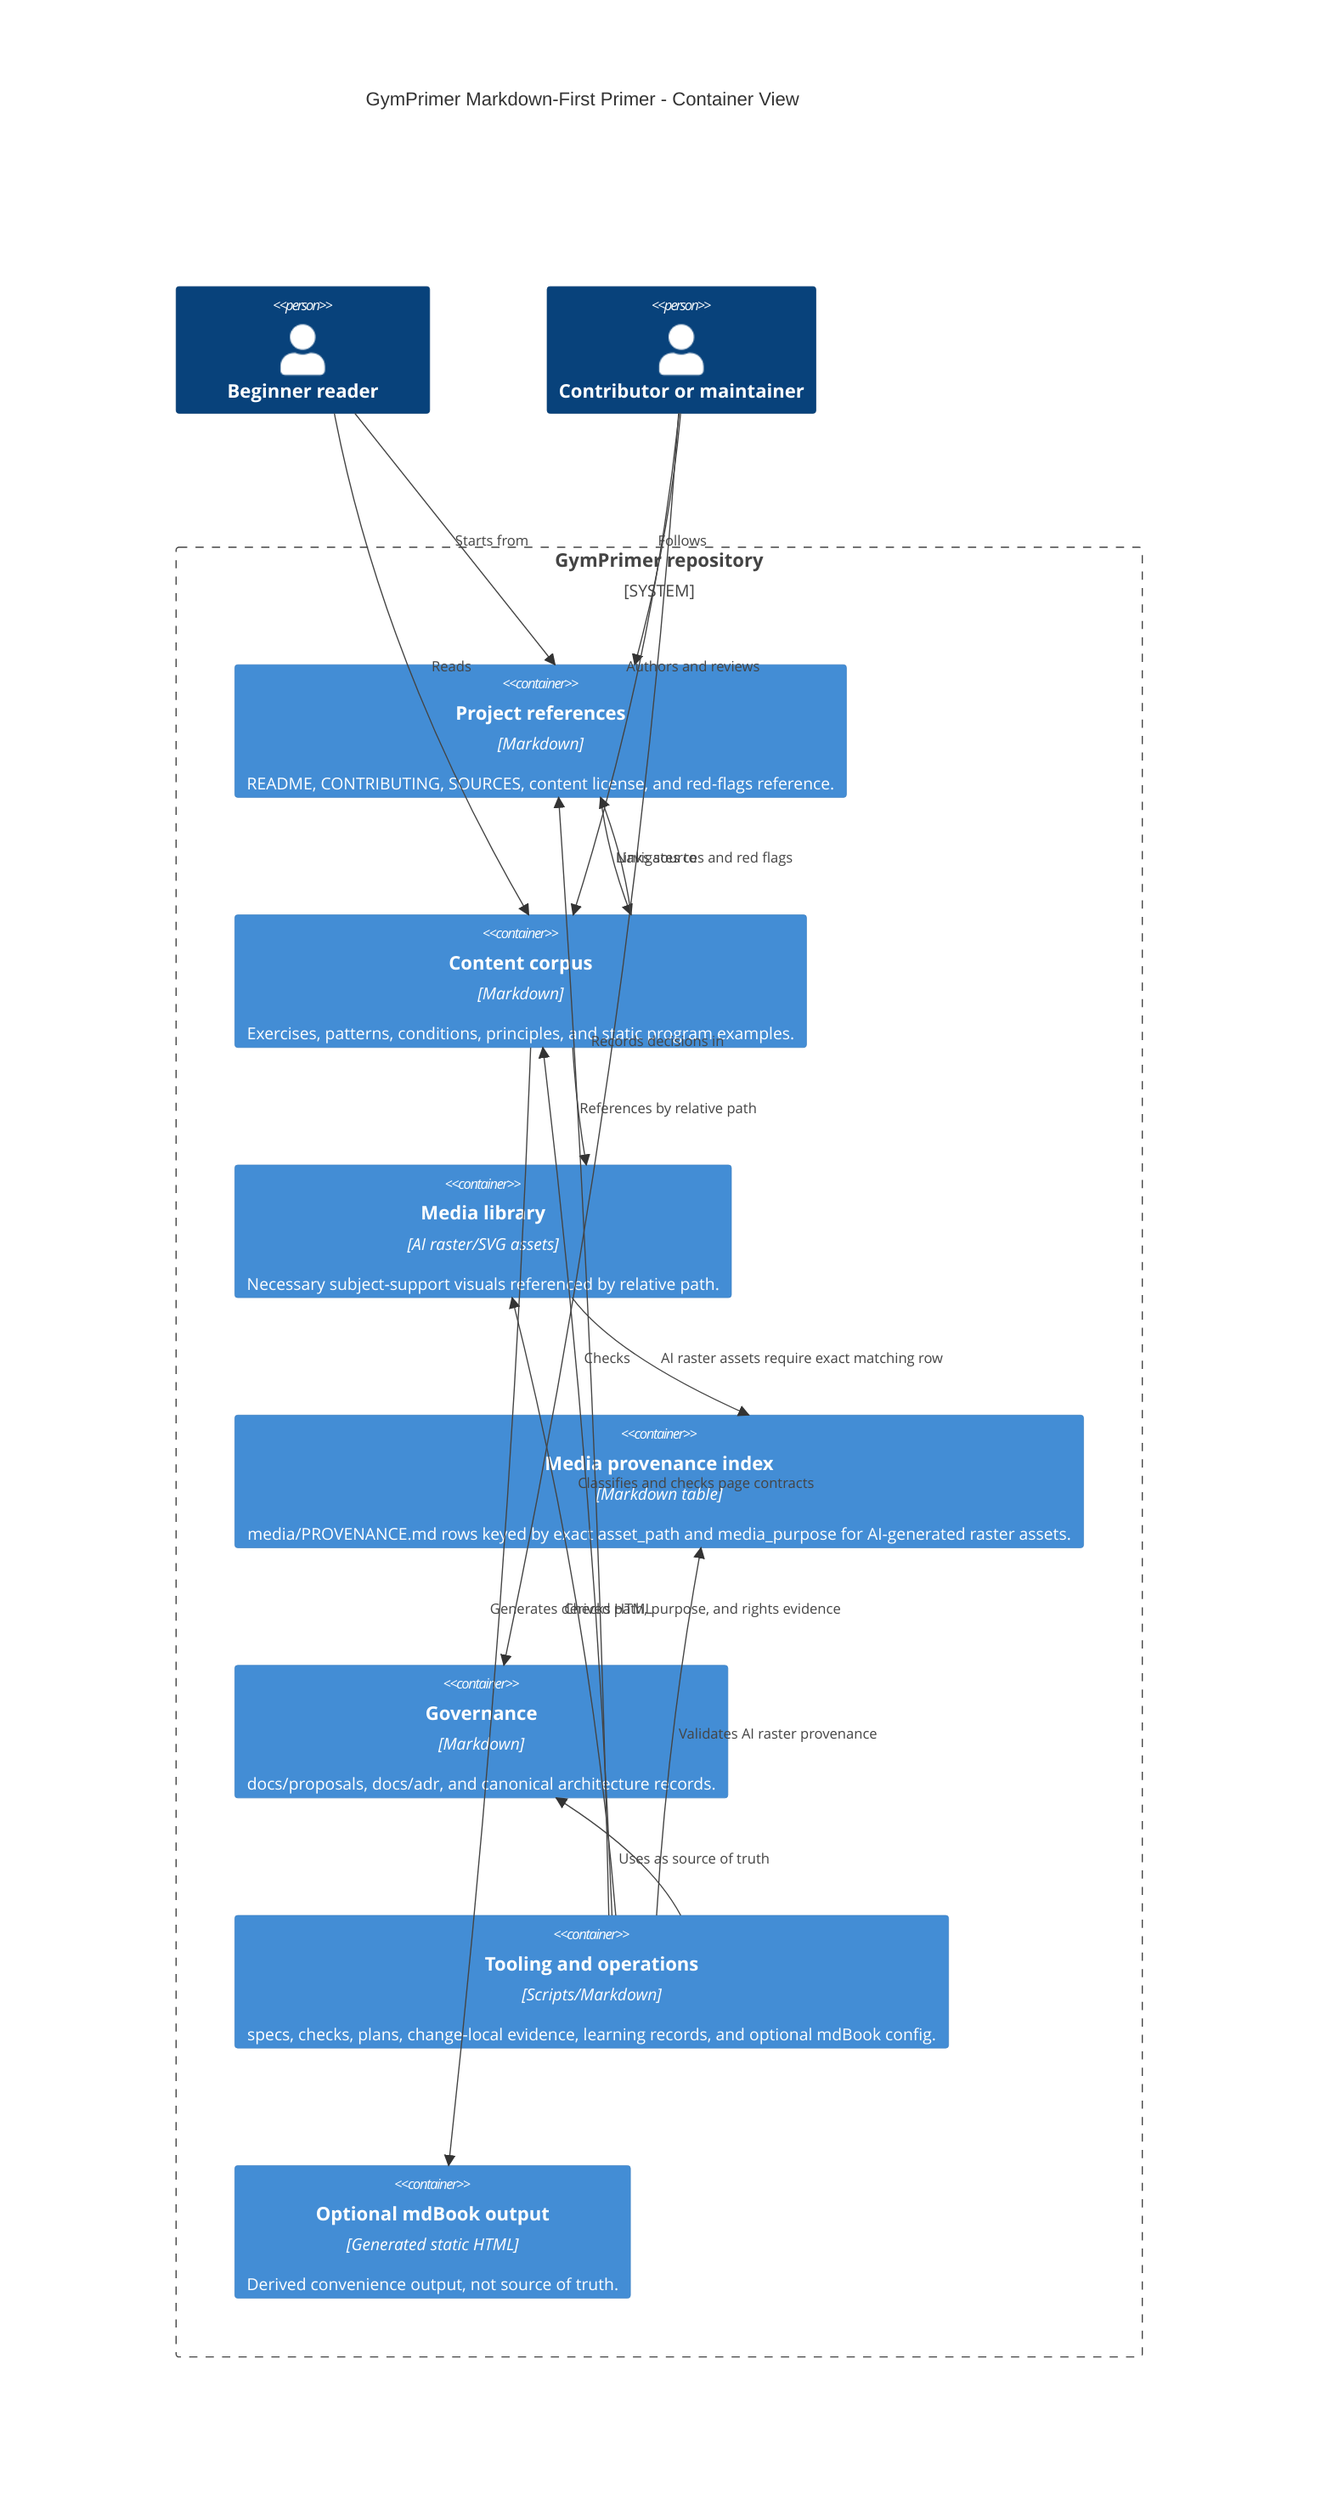
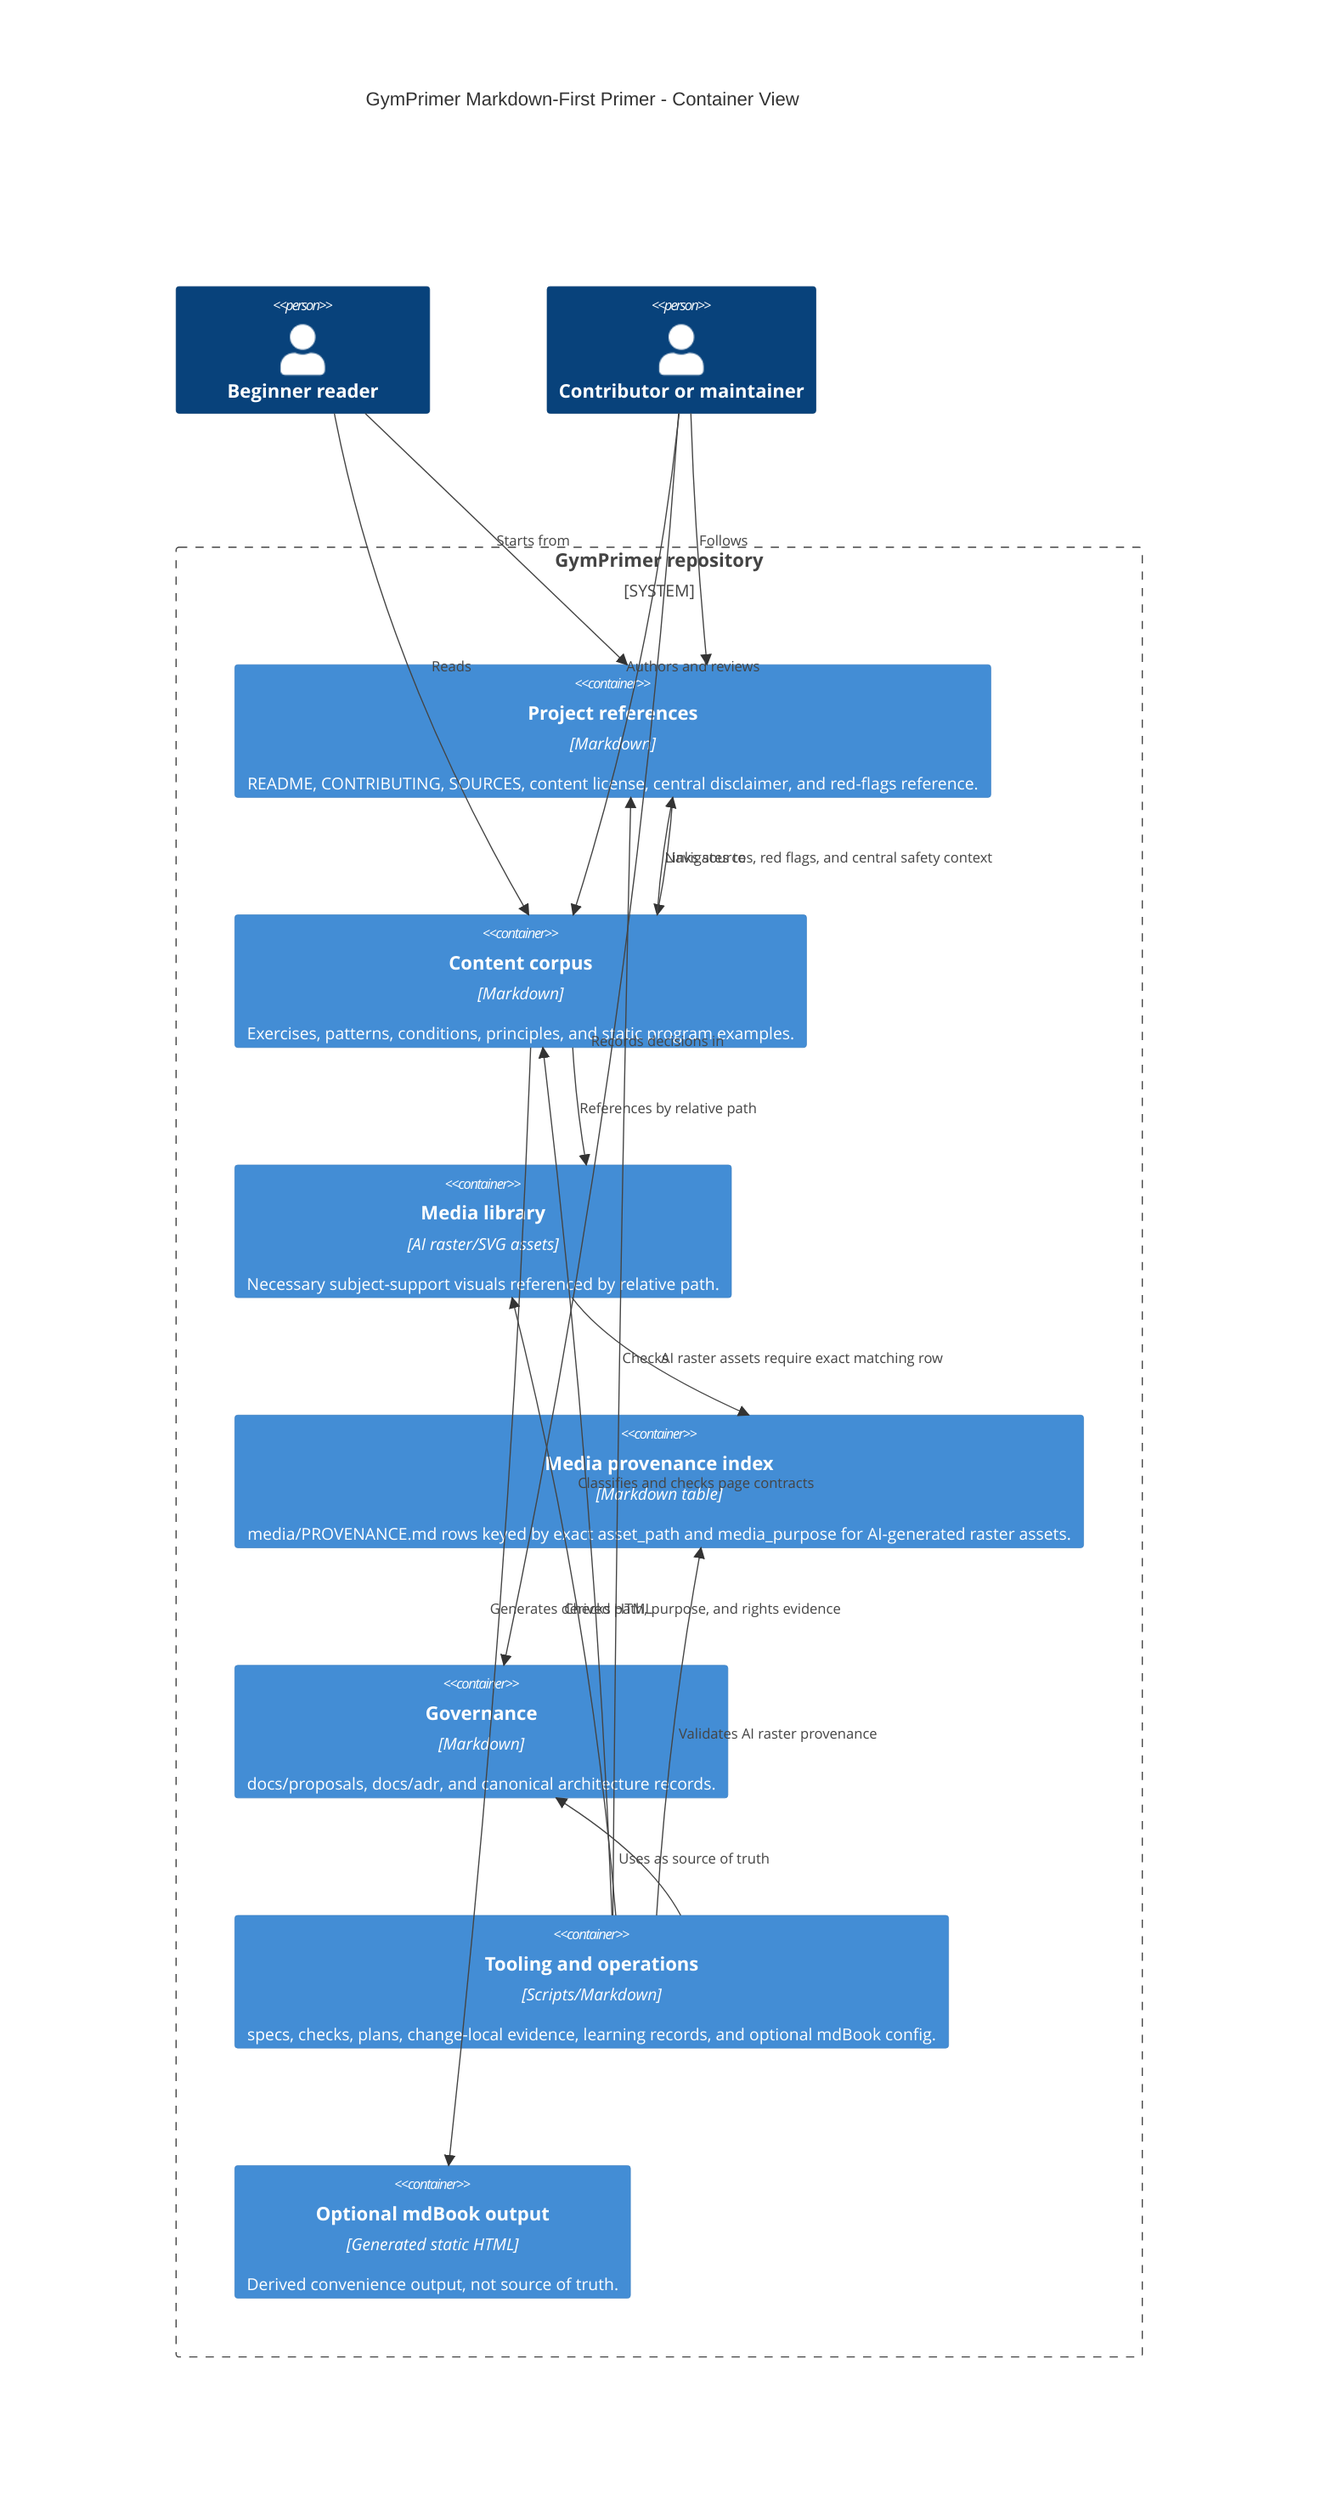
C4Container
  title GymPrimer Markdown-First Primer - Container View

  Person(beginner, "Beginner reader")
  Person(contributor, "Contributor or maintainer")

  System_Boundary(repo, "GymPrimer repository") {
-     Container(refs, "Project references", "Markdown", "README, CONTRIBUTING, SOURCES, content license, and red-flags reference.")
+     Container(refs, "Project references", "Markdown", "README, CONTRIBUTING, SOURCES, content license, central disclaimer, and red-flags reference.")
    Container(content, "Content corpus", "Markdown", "Exercises, patterns, conditions, principles, and static program examples.")
    Container(media, "Media library", "AI raster/SVG assets", "Necessary subject-support visuals referenced by relative path.")
    Container(provenance, "Media provenance index", "Markdown table", "media/PROVENANCE.md rows keyed by exact asset_path and media_purpose for AI-generated raster assets.")
    Container(governance, "Governance", "Markdown", "docs/proposals, docs/adr, and canonical architecture records.")
    Container(ops, "Tooling and operations", "Scripts/Markdown", "specs, checks, plans, change-local evidence, learning records, and optional mdBook config.")
    Container(book, "Optional mdBook output", "Generated static HTML", "Derived convenience output, not source of truth.")
  }

  Rel(beginner, refs, "Starts from")
  Rel(beginner, content, "Reads")
  Rel(contributor, refs, "Follows")
  Rel(contributor, content, "Authors and reviews")
  Rel(contributor, governance, "Records decisions in")
  Rel(refs, content, "Navigates to")
-   Rel(content, refs, "Links sources and red flags")
+   Rel(content, refs, "Links sources, red flags, and central safety context")
  Rel(content, media, "References by relative path")
  Rel(ops, provenance, "Validates AI raster provenance")
  Rel(ops, refs, "Checks")
  Rel(ops, content, "Classifies and checks page contracts")
  Rel(ops, governance, "Uses as source of truth")
  Rel(ops, media, "Checks path, purpose, and rights evidence")
  Rel(media, provenance, "AI raster assets require exact matching row")
  Rel(content, book, "Generates derived HTML")
